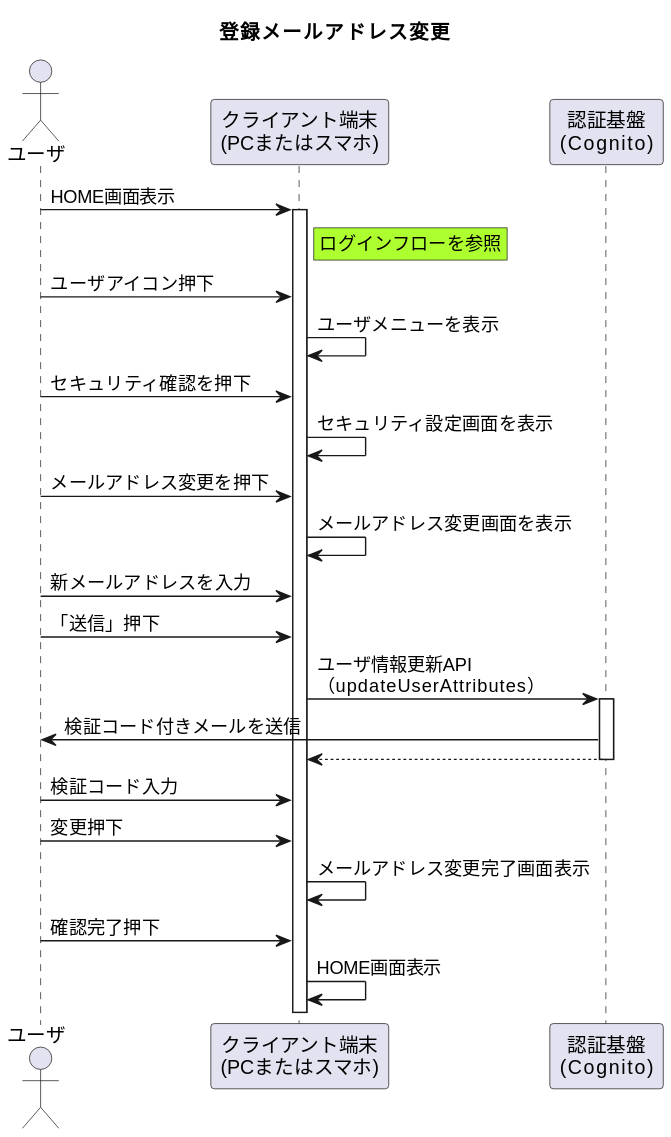
The PlantUML diagram 01_Sequences/00_Authentication/03_changeMail_Flow/changeMailFlow.svg in Sonic-Host/documents, before a commit.
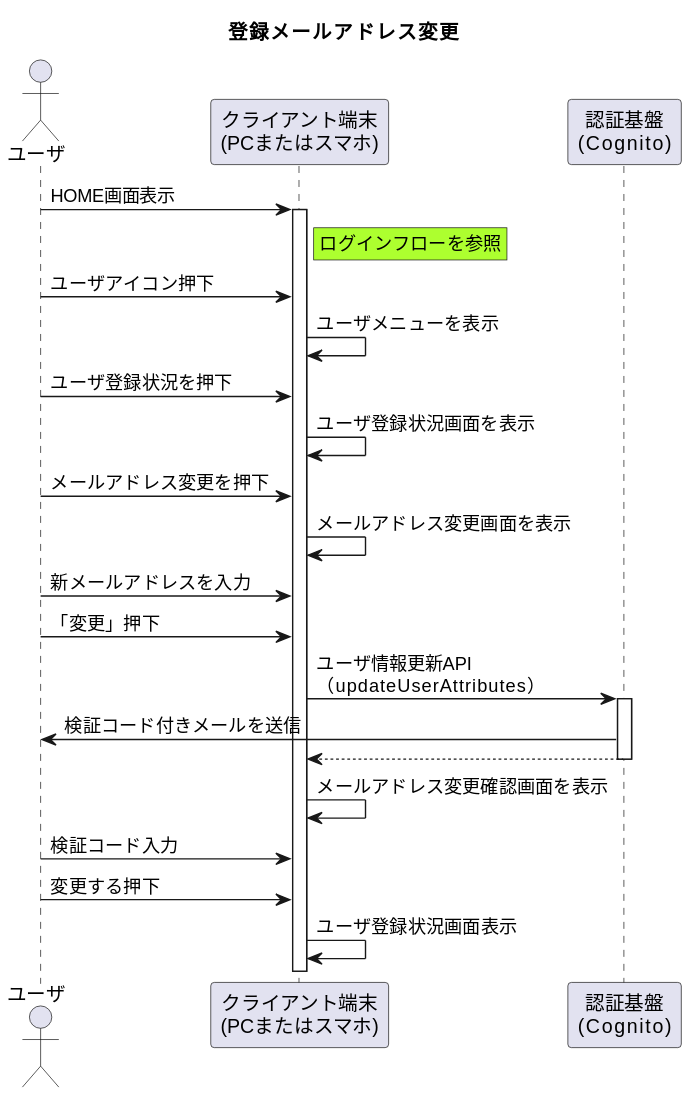
The same diagram one commit later.

Change to the diagram source:
```diff
@@ -11,18 +11,17 @@
 end note
 user -> device : ユーザアイコン押下
 device -> device : ユーザメニューを表示
-user -> device : セキュリティ確認を押下
-device -> device : セキュリティ設定画面を表示
+user -> device : ユーザ登録状況を押下
+device -> device : ユーザ登録状況画面を表示
 user -> device : メールアドレス変更を押下
 device -> device : メールアドレス変更画面を表示
 user -> device : 新メールアドレスを入力
-user -> device : 「送信」押下
+user -> device : 「変更」押下
 device -> cognito ++ : ユーザ情報更新API\n（updateUserAttributes）
 cognito -> user : 検証コード付きメールを送信
 device <-- cognito --
+device -> device : メールアドレス変更確認画面を表示
 user -> device : 検証コード入力
-user -> device : 変更押下
-device -> device : メールアドレス変更完了画面表示
-user -> device : 確認完了押下
-device -> device : HOME画面表示
+user -> device : 変更する押下
+device -> device : ユーザ登録状況画面表示
 @enduml
```
